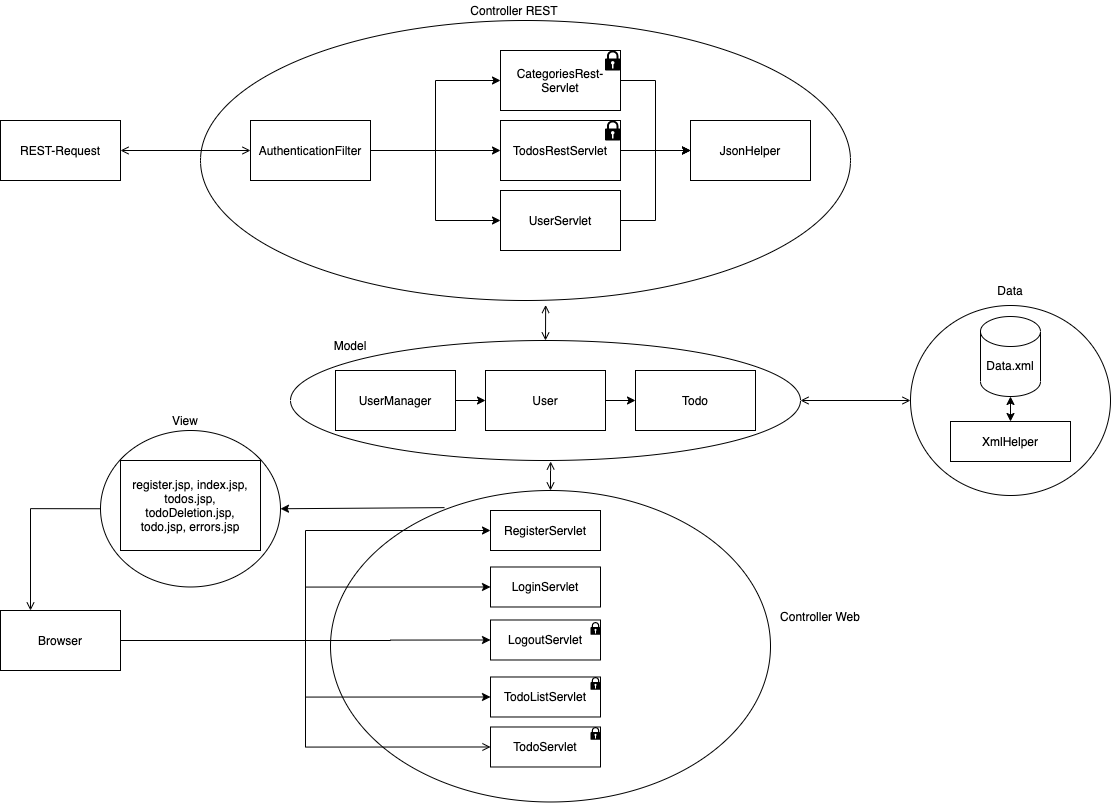
This is docs/mvc.png from codeyard/bfh-todoapp, a draw.io export, as it was before one commit. Source tidied: cells renumbered, new cells last; positions are measured from the earlier drawing's top-left corner, leaving out a move shared by most shapes. The source it was exported from:
```xml
<mxGraphModel>
  <root>
    <mxCell id="0" />
    <mxCell id="1" parent="0" />
    <mxCell id="2" style="edgeStyle=orthogonalEdgeStyle;rounded=0;jettySize=auto;html=1;entryX=0.51;entryY=1.008;entryDx=0;entryDy=0;entryPerimeter=0;shadow=0;startArrow=open;startFill=0;endArrow=open;endFill=0;" parent="1" edge="1" source="3" target="7">
      <mxGeometry relative="1" as="geometry" />
    </mxCell>
    <mxCell id="3" style="ellipse;whiteSpace=wrap;html=1;fillColor=none;" parent="1" vertex="1">
      <mxGeometry x="330" y="490" width="440" height="311.5" as="geometry" />
    </mxCell>
    <mxCell id="4" style="edgeStyle=orthogonalEdgeStyle;rounded=0;jettySize=auto;html=1;shadow=0;entryX=0.5;entryY=0;entryDx=0;entryDy=0;exitX=0.531;exitY=1.016;exitDx=0;exitDy=0;exitPerimeter=0;startArrow=open;startFill=0;endArrow=open;endFill=0;" parent="1" edge="1" source="5" target="7">
      <mxGeometry relative="1" as="geometry" />
    </mxCell>
    <mxCell id="5" style="ellipse;whiteSpace=wrap;html=1;fillColor=none;" parent="1" vertex="1">
      <mxGeometry x="200" y="20" width="650" height="280" as="geometry" />
    </mxCell>
    <mxCell id="6" style="edgeStyle=orthogonalEdgeStyle;rounded=0;jettySize=auto;html=1;entryX=0;entryY=0.5;entryDx=0;entryDy=0;shadow=0;startArrow=open;startFill=0;endArrow=open;endFill=0;" parent="1" edge="1" source="7" target="33">
      <mxGeometry relative="1" as="geometry" />
    </mxCell>
    <mxCell id="7" style="ellipse;whiteSpace=wrap;html=1;fillColor=none;" parent="1" vertex="1">
      <mxGeometry x="290" y="340" width="510" height="120" as="geometry" />
    </mxCell>
    <mxCell id="8" style="edgeStyle=orthogonalEdgeStyle;rounded=0;jettySize=auto;html=1;exitX=1;exitY=0.5;exitDx=0;exitDy=0;entryX=0;entryY=0.5;entryDx=0;entryDy=0;shadow=0;startArrow=open;startFill=0;endArrow=open;endFill=0;" parent="1" edge="1" source="15" target="19">
      <mxGeometry relative="1" as="geometry" />
    </mxCell>
    <mxCell id="9" style="edgeStyle=orthogonalEdgeStyle;rounded=0;jettySize=auto;html=1;entryX=0;entryY=0.5;entryDx=0;entryDy=0;shadow=0;" parent="1" edge="1" target="39">
      <mxGeometry relative="1" as="geometry">
        <mxPoint x="290" y="640" as="sourcePoint" />
      </mxGeometry>
    </mxCell>
    <mxCell id="10" style="edgeStyle=orthogonalEdgeStyle;rounded=0;jettySize=auto;html=1;entryX=0;entryY=0.5;entryDx=0;entryDy=0;shadow=0;exitX=1;exitY=0.5;exitDx=0;exitDy=0;" parent="1" edge="1" source="14" target="38">
      <mxGeometry relative="1" as="geometry" />
    </mxCell>
    <mxCell id="11" style="edgeStyle=orthogonalEdgeStyle;rounded=0;jettySize=auto;html=1;entryX=0;entryY=0.5;entryDx=0;entryDy=0;shadow=0;exitX=1;exitY=0.5;exitDx=0;exitDy=0;" parent="1" edge="1" source="14" target="37">
      <mxGeometry relative="1" as="geometry" />
    </mxCell>
    <mxCell id="12" style="edgeStyle=orthogonalEdgeStyle;rounded=0;jettySize=auto;html=1;entryX=0;entryY=0.5;entryDx=0;entryDy=0;shadow=0;exitX=1;exitY=0.5;exitDx=0;exitDy=0;" parent="1" edge="1" source="14" target="40">
      <mxGeometry relative="1" as="geometry" />
    </mxCell>
    <mxCell id="13" style="edgeStyle=orthogonalEdgeStyle;rounded=0;jettySize=auto;html=1;entryX=0;entryY=0.5;entryDx=0;entryDy=0;shadow=0;endArrow=open;endFill=0;startArrow=none;startFill=0;exitX=1;exitY=0.5;exitDx=0;exitDy=0;" parent="1" edge="1" source="14" target="41">
      <mxGeometry relative="1" as="geometry" />
    </mxCell>
    <mxCell id="14" value="Browser" style="rounded=0;whiteSpace=wrap;html=1;" parent="1" vertex="1">
      <mxGeometry y="610" width="120" height="60" as="geometry" />
    </mxCell>
    <mxCell id="15" value="REST-Request" style="rounded=0;whiteSpace=wrap;html=1;" parent="1" vertex="1">
      <mxGeometry y="120" width="120" height="60" as="geometry" />
    </mxCell>
    <mxCell id="16" style="edgeStyle=orthogonalEdgeStyle;rounded=0;jettySize=auto;html=1;entryX=0;entryY=0.5;entryDx=0;entryDy=0;shadow=0;" parent="1" edge="1" source="19" target="21">
      <mxGeometry relative="1" as="geometry" />
    </mxCell>
    <mxCell id="17" style="edgeStyle=orthogonalEdgeStyle;rounded=0;jettySize=auto;html=1;entryX=0;entryY=0.5;entryDx=0;entryDy=0;shadow=0;" parent="1" edge="1" source="19" target="23">
      <mxGeometry relative="1" as="geometry" />
    </mxCell>
    <mxCell id="18" style="edgeStyle=orthogonalEdgeStyle;rounded=0;jettySize=auto;html=1;entryX=0;entryY=0.5;entryDx=0;entryDy=0;shadow=0;" parent="1" edge="1" source="19" target="25">
      <mxGeometry relative="1" as="geometry" />
    </mxCell>
    <mxCell id="19" value="AuthenticationFilter" style="rounded=0;whiteSpace=wrap;html=1;" parent="1" vertex="1">
      <mxGeometry x="250" y="120" width="120" height="60" as="geometry" />
    </mxCell>
    <mxCell id="20" style="edgeStyle=orthogonalEdgeStyle;rounded=0;jettySize=auto;html=1;entryX=0;entryY=0.5;entryDx=0;entryDy=0;shadow=0;" parent="1" edge="1" source="21" target="36">
      <mxGeometry relative="1" as="geometry" />
    </mxCell>
    <mxCell id="21" value="CategoriesRest-Servlet" style="rounded=0;whiteSpace=wrap;html=1;" parent="1" vertex="1">
      <mxGeometry x="500" y="50" width="120" height="60" as="geometry" />
    </mxCell>
    <mxCell id="22" style="edgeStyle=orthogonalEdgeStyle;rounded=0;jettySize=auto;html=1;entryX=0;entryY=0.5;entryDx=0;entryDy=0;shadow=0;" parent="1" edge="1" source="23" target="36">
      <mxGeometry relative="1" as="geometry" />
    </mxCell>
    <mxCell id="23" value="TodosRestServlet" style="rounded=0;whiteSpace=wrap;html=1;" parent="1" vertex="1">
      <mxGeometry x="500" y="120" width="120" height="60" as="geometry" />
    </mxCell>
    <mxCell id="24" style="edgeStyle=orthogonalEdgeStyle;rounded=0;jettySize=auto;html=1;entryX=0;entryY=0.5;entryDx=0;entryDy=0;shadow=0;" parent="1" edge="1" source="25" target="36">
      <mxGeometry relative="1" as="geometry" />
    </mxCell>
    <mxCell id="25" value="UserServlet" style="rounded=0;whiteSpace=wrap;html=1;" parent="1" vertex="1">
      <mxGeometry x="500" y="190" width="120" height="60" as="geometry" />
    </mxCell>
    <mxCell id="26" style="shadow=0;dashed=0;html=1;strokeColor=none;labelPosition=center;verticalLabelPosition=bottom;verticalAlign=top;align=center;shape=mxgraph.mscae.enterprise.lock;fillColor=#000000;" parent="1" vertex="1">
      <mxGeometry x="604.4" y="50" width="15.6" height="20" as="geometry" />
    </mxCell>
    <mxCell id="27" style="shadow=0;dashed=0;html=1;strokeColor=none;labelPosition=center;verticalLabelPosition=bottom;verticalAlign=top;align=center;shape=mxgraph.mscae.enterprise.lock;fillColor=#000000;" parent="1" vertex="1">
      <mxGeometry x="604.4" y="120" width="15.6" height="20" as="geometry" />
    </mxCell>
    <mxCell id="28" style="edgeStyle=orthogonalEdgeStyle;rounded=0;jettySize=auto;html=1;shadow=0;" parent="1" edge="1" source="29" target="31">
      <mxGeometry relative="1" as="geometry" />
    </mxCell>
    <mxCell id="29" value="UserManager" style="rounded=0;whiteSpace=wrap;html=1;" parent="1" vertex="1">
      <mxGeometry x="335" y="370" width="120" height="60" as="geometry" />
    </mxCell>
    <mxCell id="30" style="edgeStyle=orthogonalEdgeStyle;rounded=0;jettySize=auto;html=1;shadow=0;" parent="1" edge="1" source="31" target="32">
      <mxGeometry relative="1" as="geometry" />
    </mxCell>
    <mxCell id="31" value="User" style="rounded=0;whiteSpace=wrap;html=1;" parent="1" vertex="1">
      <mxGeometry x="485" y="370" width="120" height="60" as="geometry" />
    </mxCell>
    <mxCell id="32" value="Todo" style="rounded=0;whiteSpace=wrap;html=1;" parent="1" vertex="1">
      <mxGeometry x="635" y="370" width="120" height="60" as="geometry" />
    </mxCell>
    <mxCell id="33" style="ellipse;whiteSpace=wrap;html=1;fillColor=none;" parent="1" vertex="1">
      <mxGeometry x="910" y="305" width="200" height="190" as="geometry" />
    </mxCell>
    <mxCell id="34" style="edgeStyle=orthogonalEdgeStyle;rounded=0;jettySize=auto;html=1;entryX=0.5;entryY=1;entryDx=0;entryDy=0;entryPerimeter=0;shadow=0;startArrow=classic;startFill=1;" parent="1" edge="1" source="35" target="44">
      <mxGeometry relative="1" as="geometry" />
    </mxCell>
    <mxCell id="35" value="XmlHelper" style="rounded=0;whiteSpace=wrap;html=1;" parent="1" vertex="1">
      <mxGeometry x="950" y="421" width="120" height="40" as="geometry" />
    </mxCell>
    <mxCell id="36" value="JsonHelper" style="rounded=0;whiteSpace=wrap;html=1;" parent="1" vertex="1">
      <mxGeometry x="690" y="120" width="120" height="60" as="geometry" />
    </mxCell>
    <mxCell id="37" value="RegisterServlet" style="rounded=0;whiteSpace=wrap;html=1;" parent="1" vertex="1">
      <mxGeometry x="490" y="510" width="110" height="40" as="geometry" />
    </mxCell>
    <mxCell id="38" value="LoginServlet" style="rounded=0;whiteSpace=wrap;html=1;" parent="1" vertex="1">
      <mxGeometry x="490" y="566.5" width="110" height="40" as="geometry" />
    </mxCell>
    <mxCell id="39" value="LogoutServlet" style="rounded=0;whiteSpace=wrap;html=1;" parent="1" vertex="1">
      <mxGeometry x="490" y="619.5" width="110" height="40" as="geometry" />
    </mxCell>
    <mxCell id="40" value="TodoListServlet" style="rounded=0;whiteSpace=wrap;html=1;" parent="1" vertex="1">
      <mxGeometry x="490" y="676.5" width="110" height="40" as="geometry" />
    </mxCell>
    <mxCell id="41" value="TodoServlet" style="rounded=0;whiteSpace=wrap;html=1;" parent="1" vertex="1">
      <mxGeometry x="490" y="726.5" width="110" height="40" as="geometry" />
    </mxCell>
    <mxCell id="42" style="shadow=0;dashed=0;html=1;strokeColor=none;labelPosition=center;verticalLabelPosition=bottom;verticalAlign=top;align=center;shape=mxgraph.mscae.enterprise.lock;fillColor=#000000;" parent="1" vertex="1">
      <mxGeometry x="590" y="621.5" width="10" height="12.8" as="geometry" />
    </mxCell>
    <mxCell id="43" value="Controller REST" style="text;html=1;strokeColor=none;fillColor=none;align=center;verticalAlign=middle;whiteSpace=wrap;rounded=0;" parent="1" vertex="1">
      <mxGeometry x="454" width="120" height="20" as="geometry" />
    </mxCell>
    <mxCell id="44" style="shape=cylinder3;whiteSpace=wrap;html=1;boundedLbl=1;backgroundOutline=1;size=15;fillColor=none;" parent="1" vertex="1">
      <mxGeometry x="980" y="316" width="60" height="80" as="geometry" />
    </mxCell>
    <mxCell id="45" value="Data.xml" style="text;html=1;strokeColor=none;fillColor=none;align=center;verticalAlign=middle;whiteSpace=wrap;rounded=0;" parent="1" vertex="1">
      <mxGeometry x="990" y="355" width="40" height="20" as="geometry" />
    </mxCell>
    <mxCell id="46" value="Controller Web" style="text;html=1;strokeColor=none;fillColor=none;align=center;verticalAlign=middle;whiteSpace=wrap;rounded=0;" parent="1" vertex="1">
      <mxGeometry x="760" y="606.5" width="120" height="20" as="geometry" />
    </mxCell>
    <mxCell id="47" style="shadow=0;dashed=0;html=1;strokeColor=none;labelPosition=center;verticalLabelPosition=bottom;verticalAlign=top;align=center;shape=mxgraph.mscae.enterprise.lock;fillColor=#000000;" parent="1" vertex="1">
      <mxGeometry x="590" y="676.5" width="10" height="12.8" as="geometry" />
    </mxCell>
    <mxCell id="48" style="shadow=0;dashed=0;html=1;strokeColor=none;labelPosition=center;verticalLabelPosition=bottom;verticalAlign=top;align=center;shape=mxgraph.mscae.enterprise.lock;fillColor=#000000;" parent="1" vertex="1">
      <mxGeometry x="590" y="726.5" width="10" height="12.8" as="geometry" />
    </mxCell>
    <mxCell id="49" value="Model" style="text;html=1;strokeColor=none;fillColor=none;align=center;verticalAlign=middle;whiteSpace=wrap;rounded=0;" parent="1" vertex="1">
      <mxGeometry x="290" y="335" width="120" height="20" as="geometry" />
    </mxCell>
    <mxCell id="50" value="Data" style="text;html=1;strokeColor=none;fillColor=none;align=center;verticalAlign=middle;whiteSpace=wrap;rounded=0;" parent="1" vertex="1">
      <mxGeometry x="950" y="280" width="120" height="20" as="geometry" />
    </mxCell>
    <mxCell id="51" style="edgeStyle=orthogonalEdgeStyle;rounded=0;jettySize=auto;html=1;exitX=0;exitY=0.5;exitDx=0;exitDy=0;entryX=0.25;entryY=0;entryDx=0;entryDy=0;shadow=0;startArrow=none;startFill=0;endArrow=open;endFill=0;" parent="1" edge="1" source="52" target="14">
      <mxGeometry relative="1" as="geometry">
        <Array as="points">
          <mxPoint x="30" y="508" />
        </Array>
      </mxGeometry>
    </mxCell>
    <mxCell id="52" style="ellipse;whiteSpace=wrap;html=1;fillColor=none;" parent="1" vertex="1">
      <mxGeometry x="100" y="430" width="180" height="156.5" as="geometry" />
    </mxCell>
    <mxCell id="53" value="register.jsp, index.jsp, todos.jsp, todoDeletion.jsp,&lt;br&gt;todo.jsp, errors.jsp" style="rounded=0;whiteSpace=wrap;html=1;" parent="1" vertex="1">
      <mxGeometry x="120" y="460" width="140" height="90" as="geometry" />
    </mxCell>
    <mxCell id="54" value="View" style="text;html=1;strokeColor=none;fillColor=none;align=center;verticalAlign=middle;whiteSpace=wrap;rounded=0;" parent="1" vertex="1">
      <mxGeometry x="125" y="410" width="120" height="20" as="geometry" />
    </mxCell>
    <mxCell id="55" style="endArrow=classic;html=1;shadow=0;entryX=1;entryY=0.5;entryDx=0;entryDy=0;exitX=0.259;exitY=0.055;exitDx=0;exitDy=0;exitPerimeter=0;" parent="1" edge="1" source="3" target="52">
      <mxGeometry relative="1" as="geometry" />
    </mxCell>
  </root>
</mxGraphModel>
```
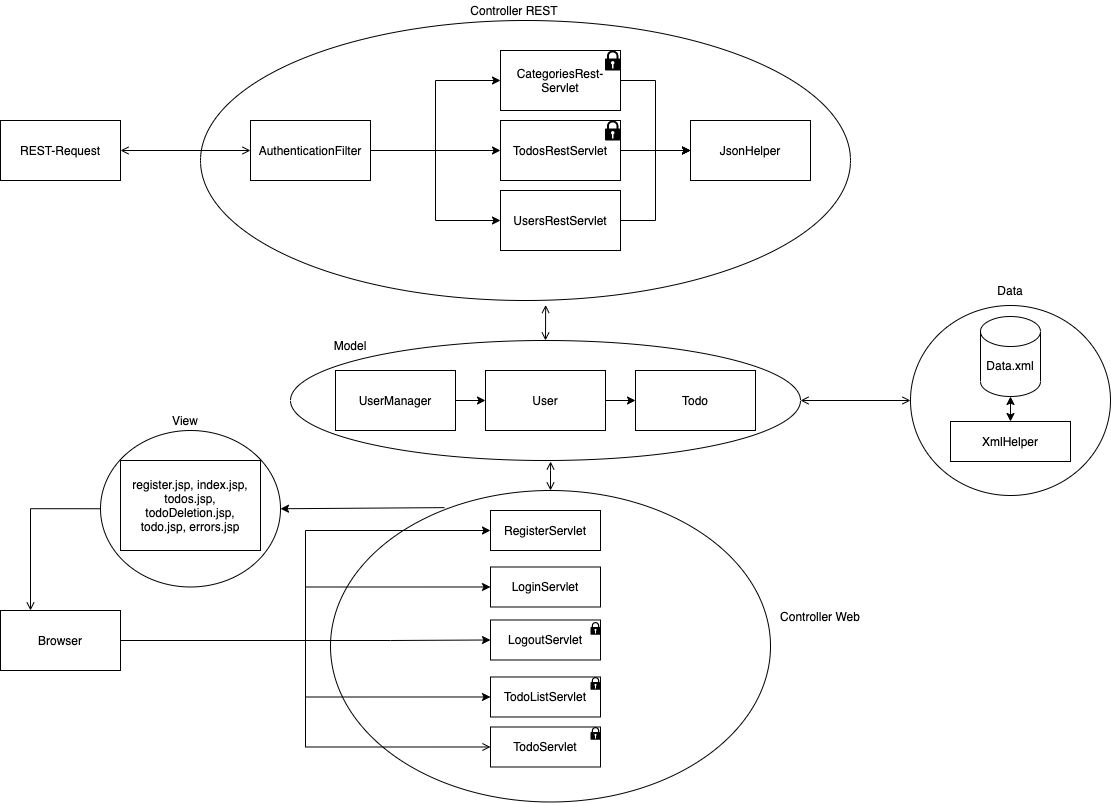
Later version of the same file.

Commit message:
Updating MVC model

What changed in the source:
```diff
@@ -73,7 +73,7 @@
     <mxCell id="24" style="edgeStyle=orthogonalEdgeStyle;rounded=0;jettySize=auto;html=1;entryX=0;entryY=0.5;entryDx=0;entryDy=0;shadow=0;" parent="1" edge="1" source="25" target="36">
       <mxGeometry relative="1" as="geometry" />
     </mxCell>
-    <mxCell id="25" value="UserServlet" style="rounded=0;whiteSpace=wrap;html=1;" parent="1" vertex="1">
+    <mxCell id="25" value="UsersRestServlet" style="rounded=0;whiteSpace=wrap;html=1;" parent="1" vertex="1">
       <mxGeometry x="500" y="190" width="120" height="60" as="geometry" />
     </mxCell>
     <mxCell id="26" style="shadow=0;dashed=0;html=1;strokeColor=none;labelPosition=center;verticalLabelPosition=bottom;verticalAlign=top;align=center;shape=mxgraph.mscae.enterprise.lock;fillColor=#000000;" parent="1" vertex="1">
```
